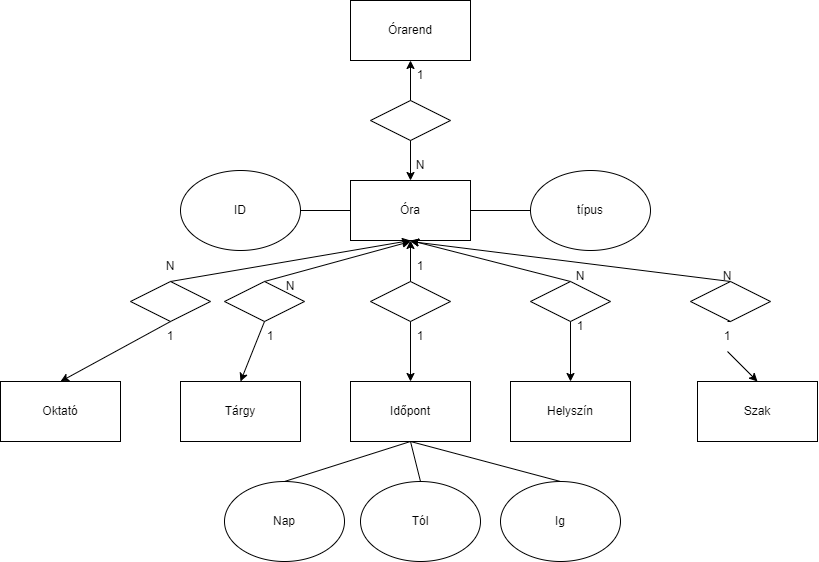
The draw.io diagram WH85ZH_0914/wh85zh_orarendER.png in NyAgoston/WH85ZH_XMLGyak, before a commit. Source tidied: cells renumbered, new cells last; positions are measured from the earlier drawing's top-left corner, leaving out a move shared by most shapes.
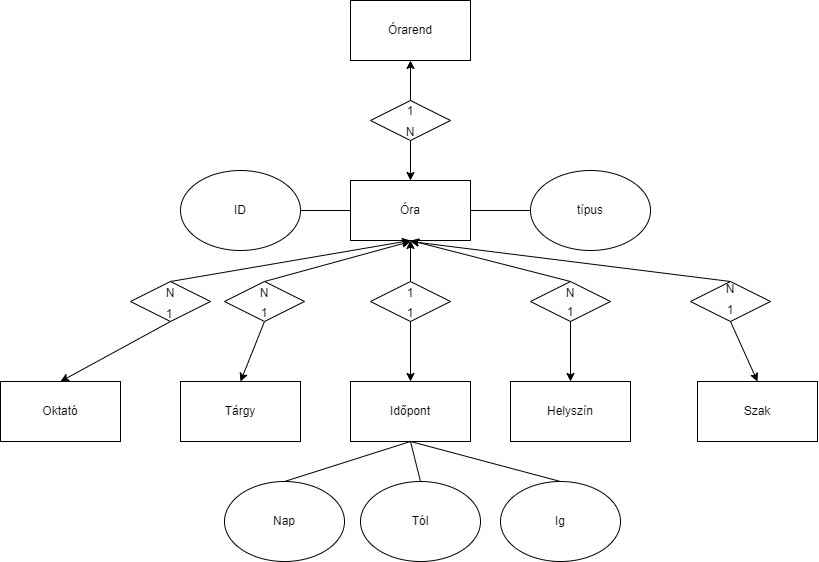
The same diagram one commit later.

Change to the diagram source:
```diff
@@ -39,10 +39,10 @@
       <mxGeometry relative="1" as="geometry" />
     </mxCell>
     <mxCell id="14" value="N" style="text;html=1;strokeColor=none;fillColor=none;align=center;verticalAlign=middle;whiteSpace=wrap;rounded=0;" parent="1" vertex="1">
-      <mxGeometry x="390" y="150" width="60" height="30" as="geometry" />
+      <mxGeometry x="380" y="117" width="60" height="30" as="geometry" />
     </mxCell>
     <mxCell id="15" value="1" style="text;html=1;strokeColor=none;fillColor=none;align=center;verticalAlign=middle;whiteSpace=wrap;rounded=0;" parent="1" vertex="1">
-      <mxGeometry x="390" y="60" width="60" height="30" as="geometry" />
+      <mxGeometry x="380" y="96" width="60" height="30" as="geometry" />
     </mxCell>
     <mxCell id="16" value="Oktató" style="rounded=0;whiteSpace=wrap;html=1;" parent="1" vertex="1">
       <mxGeometry y="381" width="120" height="60" as="geometry" />
@@ -102,20 +102,20 @@
         <mxPoint x="410" y="241" as="targetPoint" />
       </mxGeometry>
     </mxCell>
-    <mxCell id="34" style="endArrow=classic;html=1;rounded=0;entryX=0.5;entryY=0;entryDx=0;entryDy=0;exitX=0.5;exitY=1;exitDx=0;exitDy=0;startArrow=none;" parent="1" edge="1" source="48" target="7">
+    <mxCell id="34" style="endArrow=classic;html=1;rounded=0;entryX=0.5;entryY=0;entryDx=0;entryDy=0;exitX=0.5;exitY=1;exitDx=0;exitDy=0;startArrow=none;" parent="1" edge="1" source="26" target="7">
       <mxGeometry relative="1" as="geometry" />
     </mxCell>
     <mxCell id="35" value="1" style="text;html=1;strokeColor=none;fillColor=none;align=center;verticalAlign=middle;whiteSpace=wrap;rounded=0;" parent="1" vertex="1">
-      <mxGeometry x="140" y="321" width="60" height="30" as="geometry" />
+      <mxGeometry x="139" y="299" width="60" height="30" as="geometry" />
     </mxCell>
     <mxCell id="36" value="N" style="text;html=1;strokeColor=none;fillColor=none;align=center;verticalAlign=middle;whiteSpace=wrap;rounded=0;" parent="1" vertex="1">
-      <mxGeometry x="140" y="251" width="60" height="30" as="geometry" />
+      <mxGeometry x="140" y="278" width="60" height="30" as="geometry" />
     </mxCell>
     <mxCell id="37" value="N" style="text;html=1;strokeColor=none;fillColor=none;align=center;verticalAlign=middle;whiteSpace=wrap;rounded=0;" parent="1" vertex="1">
-      <mxGeometry x="260" y="271" width="60" height="30" as="geometry" />
+      <mxGeometry x="234" y="278" width="60" height="30" as="geometry" />
     </mxCell>
     <mxCell id="38" value="1" style="text;html=1;strokeColor=none;fillColor=none;align=center;verticalAlign=middle;whiteSpace=wrap;rounded=0;" parent="1" vertex="1">
-      <mxGeometry x="240" y="321" width="60" height="30" as="geometry" />
+      <mxGeometry x="234" y="298" width="60" height="30" as="geometry" />
     </mxCell>
     <mxCell id="39" value="ID" style="ellipse;whiteSpace=wrap;html=1;" parent="1" vertex="1">
       <mxGeometry x="180" y="170" width="120" height="80" as="geometry" />
@@ -130,25 +130,22 @@
       <mxGeometry relative="1" as="geometry" />
     </mxCell>
     <mxCell id="43" value="1&lt;span style=&quot;color: rgba(0, 0, 0, 0); font-family: monospace; font-size: 0px; text-align: start;&quot;&gt;%3CmxGraphModel%3E%3Croot%3E%3CmxCell%20id%3D%220%22%2F%3E%3CmxCell%20id%3D%221%22%20parent%3D%220%22%2F%3E%3CmxCell%20id%3D%222%22%20value%3D%22N%22%20style%3D%22text%3Bhtml%3D1%3BstrokeColor%3Dnone%3BfillColor%3Dnone%3Balign%3Dcenter%3BverticalAlign%3Dmiddle%3BwhiteSpace%3Dwrap%3Brounded%3D0%3B%22%20vertex%3D%221%22%20parent%3D%221%22%3E%3CmxGeometry%20x%3D%22270%22%20y%3D%22310%22%20width%3D%2260%22%20height%3D%2230%22%20as%3D%22geometry%22%2F%3E%3C%2FmxCell%3E%3C%2Froot%3E%3C%2FmxGraphModel%3E&lt;/span&gt;&lt;span style=&quot;color: rgba(0, 0, 0, 0); font-family: monospace; font-size: 0px; text-align: start;&quot;&gt;%3CmxGraphModel%3E%3Croot%3E%3CmxCell%20id%3D%220%22%2F%3E%3CmxCell%20id%3D%221%22%20parent%3D%220%22%2F%3E%3CmxCell%20id%3D%222%22%20value%3D%22N%22%20style%3D%22text%3Bhtml%3D1%3BstrokeColor%3Dnone%3BfillColor%3Dnone%3Balign%3Dcenter%3BverticalAlign%3Dmiddle%3BwhiteSpace%3Dwrap%3Brounded%3D0%3B%22%20vertex%3D%221%22%20parent%3D%221%22%3E%3CmxGeometry%20x%3D%22270%22%20y%3D%22310%22%20width%3D%2260%22%20height%3D%2230%22%20as%3D%22geometry%22%2F%3E%3C%2FmxCell%3E%3C%2Froot%3E%3C%2FmxGraphModel%3E&lt;/span&gt;" style="text;html=1;strokeColor=none;fillColor=none;align=center;verticalAlign=middle;whiteSpace=wrap;rounded=0;" parent="1" vertex="1">
-      <mxGeometry x="390" y="251" width="60" height="30" as="geometry" />
+      <mxGeometry x="380" y="278" width="60" height="30" as="geometry" />
     </mxCell>
     <mxCell id="44" value="1&lt;span style=&quot;color: rgba(0, 0, 0, 0); font-family: monospace; font-size: 0px; text-align: start;&quot;&gt;%3CmxGraphModel%3E%3Croot%3E%3CmxCell%20id%3D%220%22%2F%3E%3CmxCell%20id%3D%221%22%20parent%3D%220%22%2F%3E%3CmxCell%20id%3D%222%22%20value%3D%22N%22%20style%3D%22text%3Bhtml%3D1%3BstrokeColor%3Dnone%3BfillColor%3Dnone%3Balign%3Dcenter%3BverticalAlign%3Dmiddle%3BwhiteSpace%3Dwrap%3Brounded%3D0%3B%22%20vertex%3D%221%22%20parent%3D%221%22%3E%3CmxGeometry%20x%3D%22270%22%20y%3D%22310%22%20width%3D%2260%22%20height%3D%2230%22%20as%3D%22geometry%22%2F%3E%3C%2FmxCell%3E%3C%2Froot%3E%3C%2FmxGraphModel%3E&lt;/span&gt;&lt;span style=&quot;color: rgba(0, 0, 0, 0); font-family: monospace; font-size: 0px; text-align: start;&quot;&gt;%3CmxGraphModel%3E%3Croot%3E%3CmxCell%20id%3D%220%22%2F%3E%3CmxCell%20id%3D%221%22%20parent%3D%220%22%2F%3E%3CmxCell%20id%3D%222%22%20value%3D%22N%22%20style%3D%22text%3Bhtml%3D1%3BstrokeColor%3Dnone%3BfillColor%3Dnone%3Balign%3Dcenter%3BverticalAlign%3Dmiddle%3BwhiteSpace%3Dwrap%3Brounded%3D0%3B%22%20vertex%3D%221%22%20parent%3D%221%22%3E%3CmxGeometry%20x%3D%22270%22%20y%3D%22310%22%20width%3D%2260%22%20height%3D%2230%22%20as%3D%22geometry%22%2F%3E%3C%2FmxCell%3E%3C%2Froot%3E%3C%2FmxGraphModel%3E&lt;/span&gt;" style="text;html=1;strokeColor=none;fillColor=none;align=center;verticalAlign=middle;whiteSpace=wrap;rounded=0;" parent="1" vertex="1">
-      <mxGeometry x="390" y="321" width="60" height="30" as="geometry" />
+      <mxGeometry x="380" y="298" width="60" height="30" as="geometry" />
     </mxCell>
     <mxCell id="45" value="1&lt;span style=&quot;color: rgba(0, 0, 0, 0); font-family: monospace; font-size: 0px; text-align: start;&quot;&gt;%3CmxGraphModel%3E%3Croot%3E%3CmxCell%20id%3D%220%22%2F%3E%3CmxCell%20id%3D%221%22%20parent%3D%220%22%2F%3E%3CmxCell%20id%3D%222%22%20value%3D%22N%22%20style%3D%22text%3Bhtml%3D1%3BstrokeColor%3Dnone%3BfillColor%3Dnone%3Balign%3Dcenter%3BverticalAlign%3Dmiddle%3BwhiteSpace%3Dwrap%3Brounded%3D0%3B%22%20vertex%3D%221%22%20parent%3D%221%22%3E%3CmxGeometry%20x%3D%22270%22%20y%3D%22310%22%20width%3D%2260%22%20height%3D%2230%22%20as%3D%22geometry%22%2F%3E%3C%2FmxCell%3E%3C%2Froot%3E%3C%2FmxGraphModel%3E&lt;/span&gt;&lt;span style=&quot;color: rgba(0, 0, 0, 0); font-family: monospace; font-size: 0px; text-align: start;&quot;&gt;%3CmxGraphModel%3E%3Croot%3E%3CmxCell%20id%3D%220%22%2F%3E%3CmxCell%20id%3D%221%22%20parent%3D%220%22%2F%3E%3CmxCell%20id%3D%222%22%20value%3D%22N%22%20style%3D%22text%3Bhtml%3D1%3BstrokeColor%3Dnone%3BfillColor%3Dnone%3Balign%3Dcenter%3BverticalAlign%3Dmiddle%3BwhiteSpace%3Dwrap%3Brounded%3D0%3B%22%20vertex%3D%221%22%20parent%3D%221%22%3E%3CmxGeometry%20x%3D%22270%22%20y%3D%22310%22%20width%3D%2260%22%20height%3D%2230%22%20as%3D%22geometry%22%2F%3E%3C%2FmxCell%3E%3C%2Froot%3E%3C%2FmxGraphModel%3E&lt;/span&gt;" style="text;html=1;strokeColor=none;fillColor=none;align=center;verticalAlign=middle;whiteSpace=wrap;rounded=0;" parent="1" vertex="1">
-      <mxGeometry x="550" y="311" width="60" height="30" as="geometry" />
+      <mxGeometry x="540" y="297" width="60" height="30" as="geometry" />
     </mxCell>
     <mxCell id="46" value="N&lt;span style=&quot;color: rgba(0, 0, 0, 0); font-family: monospace; font-size: 0px; text-align: start;&quot;&gt;%3CmxGraphModel%3E%3Croot%3E%3CmxCell%20id%3D%220%22%2F%3E%3CmxCell%20id%3D%221%22%20parent%3D%220%22%2F%3E%3CmxCell%20id%3D%222%22%20value%3D%221%26lt%3Bspan%20style%3D%26quot%3Bcolor%3A%20rgba(0%2C%200%2C%200%2C%200)%3B%20font-family%3A%20monospace%3B%20font-size%3A%200px%3B%20text-align%3A%20start%3B%26quot%3B%26gt%3B%253CmxGraphModel%253E%253Croot%253E%253CmxCell%2520id%253D%25220%2522%252F%253E%253CmxCell%2520id%253D%25221%2522%2520parent%253D%25220%2522%252F%253E%253CmxCell%2520id%253D%25222%2522%2520value%253D%2522N%2522%2520style%253D%2522text%253Bhtml%253D1%253BstrokeColor%253Dnone%253BfillColor%253Dnone%253Balign%253Dcenter%253BverticalAlign%253Dmiddle%253BwhiteSpace%253Dwrap%253Brounded%253D0%253B%2522%2520vertex%253D%25221%2522%2520parent%253D%25221%2522%253E%253CmxGeometry%2520x%253D%2522270%2522%2520y%253D%2522310%2522%2520width%253D%252260%2522%2520height%253D%252230%2522%2520as%253D%2522geometry%2522%252F%253E%253C%252FmxCell%253E%253C%252Froot%253E%253C%252FmxGraphModel%253E%26lt%3B%2Fspan%26gt%3B%26lt%3Bspan%20style%3D%26quot%3Bcolor%3A%20rgba(0%2C%200%2C%200%2C%200)%3B%20font-family%3A%20monospace%3B%20font-size%3A%200px%3B%20text-align%3A%20start%3B%26quot%3B%26gt%3B%253CmxGraphModel%253E%253Croot%253E%253CmxCell%2520id%253D%25220%2522%252F%253E%253CmxCell%2520id%253D%25221%2522%2520parent%253D%25220%2522%252F%253E%253CmxCell%2520id%253D%25222%2522%2520value%253D%2522N%2522%2520style%253D%2522text%253Bhtml%253D1%253BstrokeColor%253Dnone%253BfillColor%253Dnone%253Balign%253Dcenter%253BverticalAlign%253Dmiddle%253BwhiteSpace%253Dwrap%253Brounded%253D0%253B%2522%2520vertex%253D%25221%2522%2520parent%253D%25221%2522%253E%253CmxGeometry%2520x%253D%2522270%2522%2520y%253D%2522310%2522%2520width%253D%252260%2522%2520height%253D%252230%2522%2520as%253D%2522geometry%2522%252F%253E%253C%252FmxCell%253E%253C%252Froot%253E%253C%252FmxGraphModel%253E%26lt%3B%2Fspan%26gt%3B%22%20style%3D%22text%3Bhtml%3D1%3BstrokeColor%3Dnone%3BfillColor%3Dnone%3Balign%3Dcenter%3BverticalAlign%3Dmiddle%3BwhiteSpace%3Dwrap%3Brounded%3D0%3B%22%20vertex%3D%221%22%20parent%3D%221%22%3E%3CmxGeometry%20x%3D%22560%22%20y%3D%22350%22%20width%3D%2260%22%20height%3D%2230%22%20as%3D%22geometry%22%2F%3E%3C%2FmxCell%3E%3C%2Froot%3E%3C%2FmxGraphModel%3E&lt;/span&gt;" style="text;html=1;strokeColor=none;fillColor=none;align=center;verticalAlign=middle;whiteSpace=wrap;rounded=0;" parent="1" vertex="1">
-      <mxGeometry x="550" y="261" width="60" height="30" as="geometry" />
+      <mxGeometry x="540" y="278" width="60" height="30" as="geometry" />
     </mxCell>
     <mxCell id="47" value="N&lt;span style=&quot;color: rgba(0, 0, 0, 0); font-family: monospace; font-size: 0px; text-align: start;&quot;&gt;%3CmxGraphModel%3E%3Croot%3E%3CmxCell%20id%3D%220%22%2F%3E%3CmxCell%20id%3D%221%22%20parent%3D%220%22%2F%3E%3CmxCell%20id%3D%222%22%20value%3D%221%26lt%3Bspan%20style%3D%26quot%3Bcolor%3A%20rgba(0%2C%200%2C%200%2C%200)%3B%20font-family%3A%20monospace%3B%20font-size%3A%200px%3B%20text-align%3A%20start%3B%26quot%3B%26gt%3B%253CmxGraphModel%253E%253Croot%253E%253CmxCell%2520id%253D%25220%2522%252F%253E%253CmxCell%2520id%253D%25221%2522%2520parent%253D%25220%2522%252F%253E%253CmxCell%2520id%253D%25222%2522%2520value%253D%2522N%2522%2520style%253D%2522text%253Bhtml%253D1%253BstrokeColor%253Dnone%253BfillColor%253Dnone%253Balign%253Dcenter%253BverticalAlign%253Dmiddle%253BwhiteSpace%253Dwrap%253Brounded%253D0%253B%2522%2520vertex%253D%25221%2522%2520parent%253D%25221%2522%253E%253CmxGeometry%2520x%253D%2522270%2522%2520y%253D%2522310%2522%2520width%253D%252260%2522%2520height%253D%252230%2522%2520as%253D%2522geometry%2522%252F%253E%253C%252FmxCell%253E%253C%252Froot%253E%253C%252FmxGraphModel%253E%26lt%3B%2Fspan%26gt%3B%26lt%3Bspan%20style%3D%26quot%3Bcolor%3A%20rgba(0%2C%200%2C%200%2C%200)%3B%20font-family%3A%20monospace%3B%20font-size%3A%200px%3B%20text-align%3A%20start%3B%26quot%3B%26gt%3B%253CmxGraphModel%253E%253Croot%253E%253CmxCell%2520id%253D%25220%2522%252F%253E%253CmxCell%2520id%253D%25221%2522%2520parent%253D%25220%2522%252F%253E%253CmxCell%2520id%253D%25222%2522%2520value%253D%2522N%2522%2520style%253D%2522text%253Bhtml%253D1%253BstrokeColor%253Dnone%253BfillColor%253Dnone%253Balign%253Dcenter%253BverticalAlign%253Dmiddle%253BwhiteSpace%253Dwrap%253Brounded%253D0%253B%2522%2520vertex%253D%25221%2522%2520parent%253D%25221%2522%253E%253CmxGeometry%2520x%253D%2522270%2522%2520y%253D%2522310%2522%2520width%253D%252260%2522%2520height%253D%252230%2522%2520as%253D%2522geometry%2522%252F%253E%253C%252FmxCell%253E%253C%252Froot%253E%253C%252FmxGraphModel%253E%26lt%3B%2Fspan%26gt%3B%22%20style%3D%22text%3Bhtml%3D1%3BstrokeColor%3Dnone%3BfillColor%3Dnone%3Balign%3Dcenter%3BverticalAlign%3Dmiddle%3BwhiteSpace%3Dwrap%3Brounded%3D0%3B%22%20vertex%3D%221%22%20parent%3D%221%22%3E%3CmxGeometry%20x%3D%22560%22%20y%3D%22350%22%20width%3D%2260%22%20height%3D%2230%22%20as%3D%22geometry%22%2F%3E%3C%2FmxCell%3E%3C%2Froot%3E%3C%2FmxGraphModel%3E&lt;/span&gt;" style="text;html=1;strokeColor=none;fillColor=none;align=center;verticalAlign=middle;whiteSpace=wrap;rounded=0;" parent="1" vertex="1">
-      <mxGeometry x="697" y="261" width="60" height="30" as="geometry" />
+      <mxGeometry x="700" y="274" width="60" height="30" as="geometry" />
     </mxCell>
     <mxCell id="48" value="1" style="text;html=1;strokeColor=none;fillColor=none;align=center;verticalAlign=middle;whiteSpace=wrap;rounded=0;" parent="1" vertex="1">
-      <mxGeometry x="697" y="321" width="60" height="30" as="geometry" />
+      <mxGeometry x="700" y="295" width="60" height="30" as="geometry" />
     </mxCell>
-    <mxCell id="49" style="endArrow=none;html=1;rounded=0;entryX=0.5;entryY=0;entryDx=0;entryDy=0;exitX=0.5;exitY=1;exitDx=0;exitDy=0;" parent="1" edge="1" source="26" target="48">
-      <mxGeometry relative="1" as="geometry" />
-    </mxCell>
   </root>
 </mxGraphModel>
```
